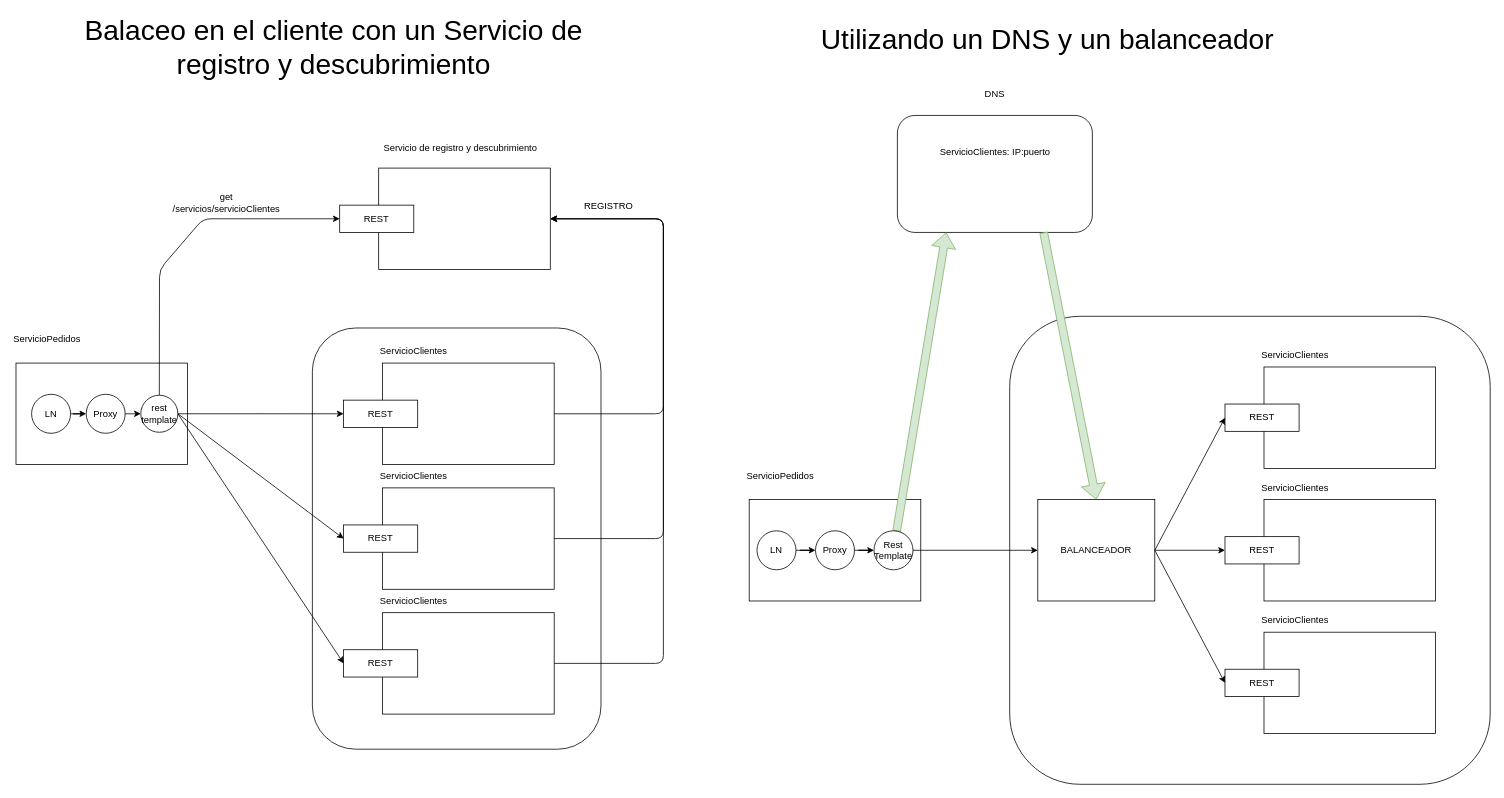
The draw.io diagram page "Página-4" (4 of 38) of patrones_2022_6.drawio in lrag/Patrones, before the edit. Source tidied: cells renumbered, new cells numbered last; positions are measured from the earlier drawing's top-left corner, leaving out a move shared by most shapes. Both pictures are drawn from the tidied source at 78%, with x=0, y=0 at pixel (16, 27).
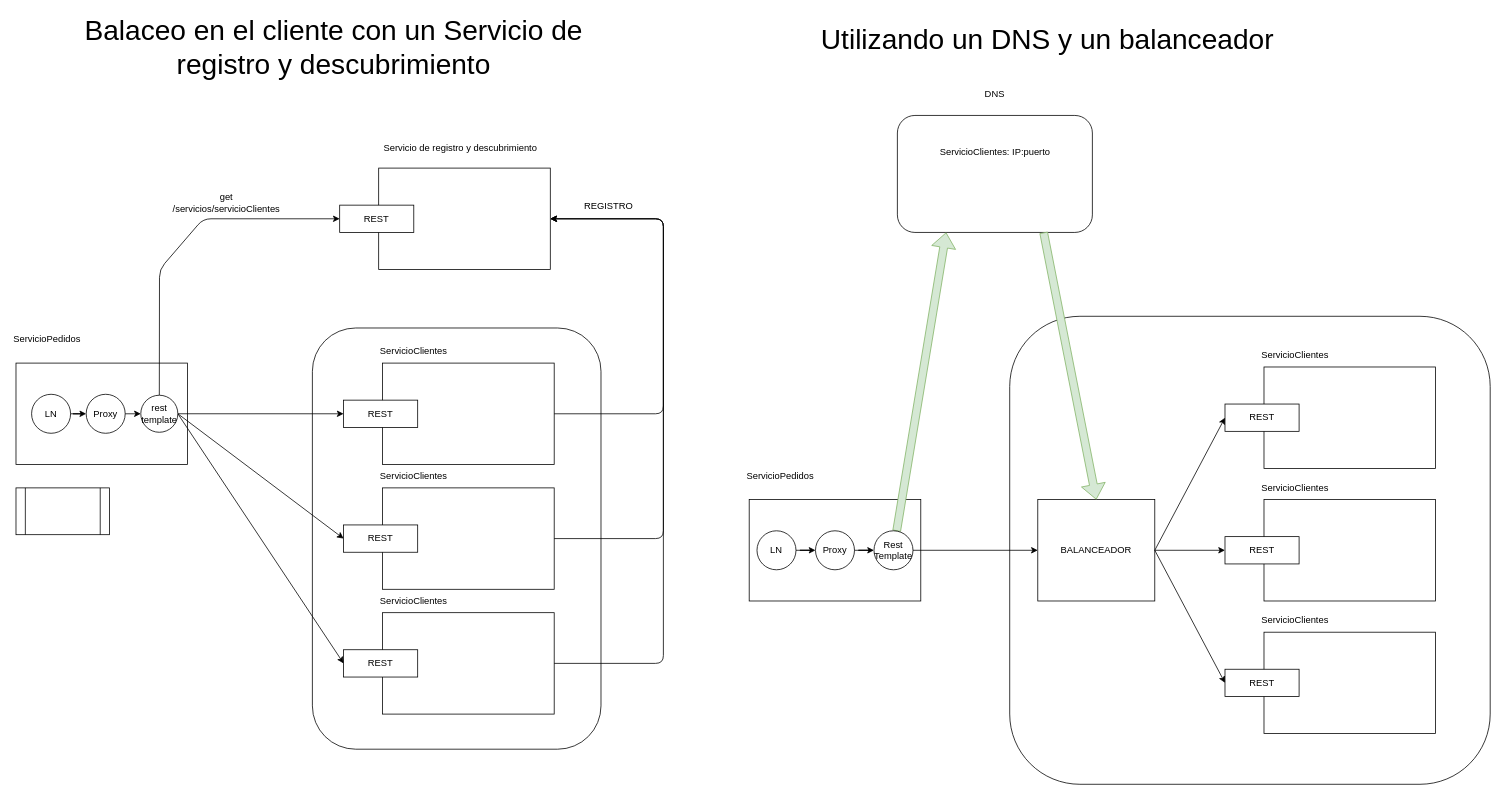
The same page after the edit.

Change to the diagram source:
```diff
@@
+    <mxCell id="61" style="shape=process;whiteSpace=wrap;html=1;backgroundOutline=1;" parent="1" vertex="1">
+      <mxGeometry y="590" width="120" height="60" as="geometry" />
+    </mxCell>
```
